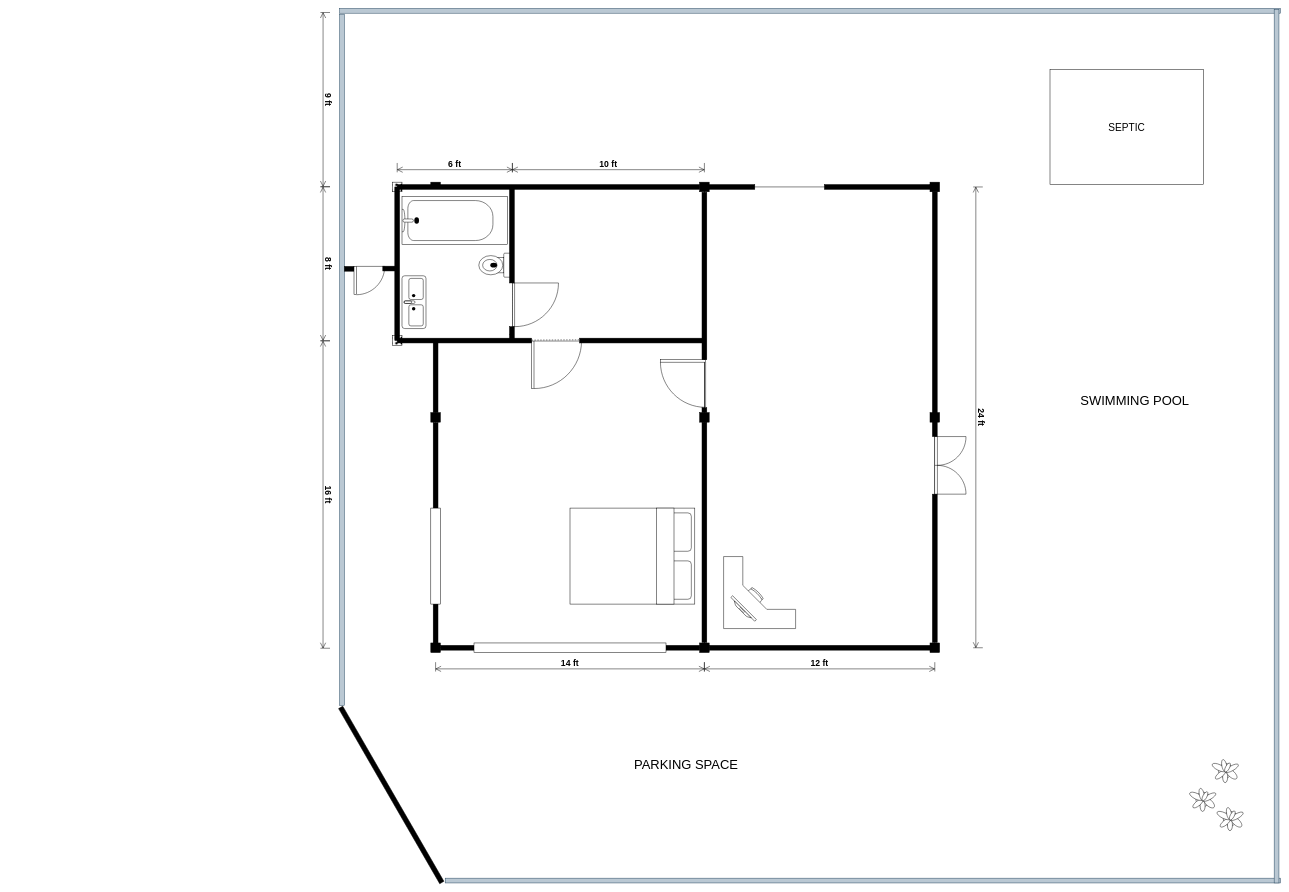
Above: kmcc/House.drawio in genmancoder/systems-diagrams (draw.io), before the change. Source tidied: cells renumbered, new cells numbered last; positions are measured from the earlier drawing's top-left corner, leaving out a move shared by most shapes. Both pictures are drawn from the tidied source at 48%, with x=0, y=0 at pixel (171, 8).
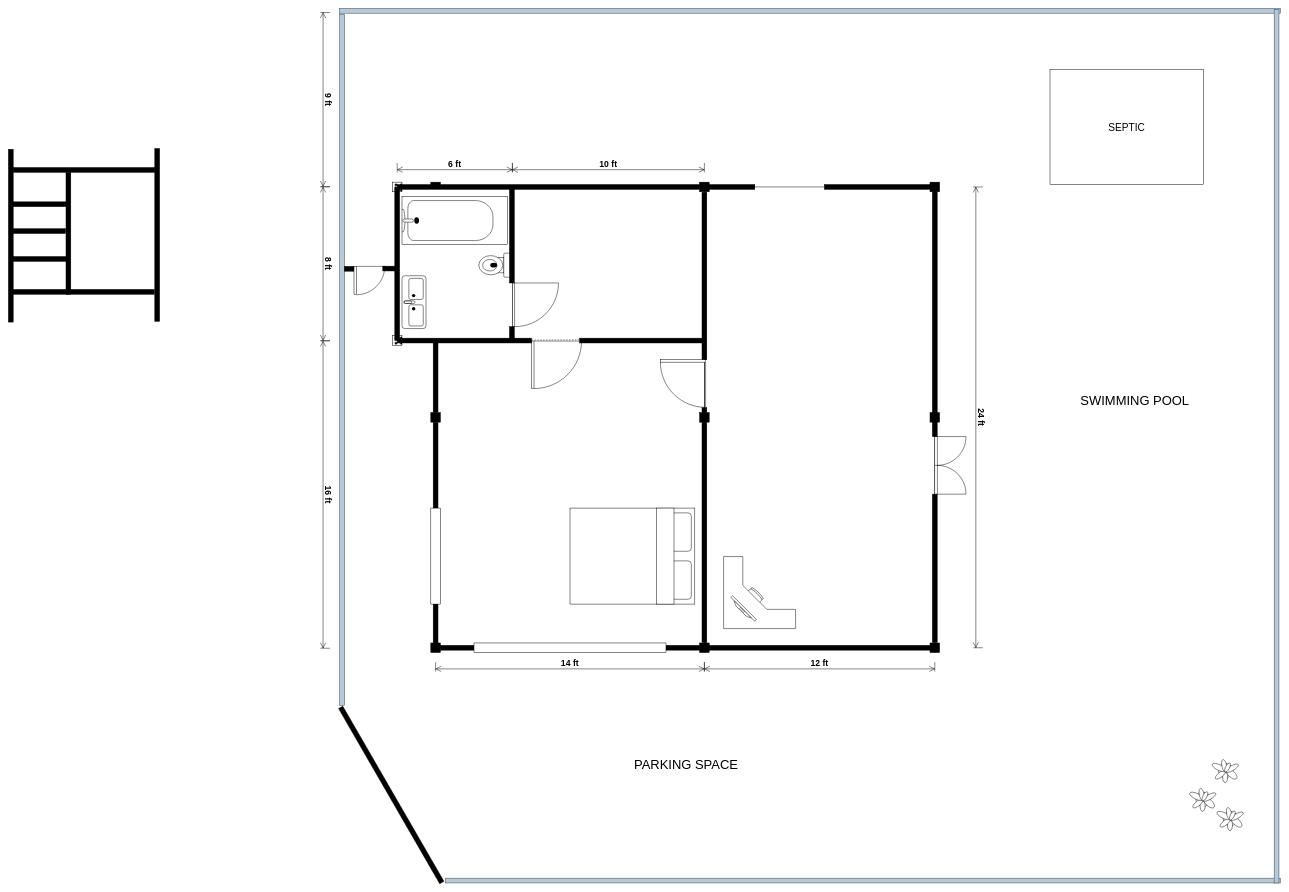
The same page after the edit.

The edit, as a diff of the source:
```diff
@@
+    <mxCell id="75" style="verticalLabelPosition=bottom;html=1;verticalAlign=top;align=center;shape=mxgraph.floorplan.wall;fillColor=strokeColor;direction=south;" parent="1" vertex="1">
+      <mxGeometry x="-35" y="292" width="10" height="360" as="geometry" />
+    </mxCell>
+    <mxCell id="76" style="verticalLabelPosition=bottom;html=1;verticalAlign=top;align=center;shape=mxgraph.floorplan.wall;fillColor=strokeColor;direction=south;" parent="1" vertex="1">
+      <mxGeometry x="-340" y="293.5" width="10" height="360" as="geometry" />
+    </mxCell>
+    <mxCell id="77" style="verticalLabelPosition=bottom;html=1;verticalAlign=top;align=center;shape=mxgraph.floorplan.wall;fillColor=strokeColor;direction=west;" parent="1" vertex="1">
+      <mxGeometry x="-330" y="331.5" width="295" height="10" as="geometry" />
+    </mxCell>
+    <mxCell id="78" style="verticalLabelPosition=bottom;html=1;verticalAlign=top;align=center;shape=mxgraph.floorplan.wall;fillColor=strokeColor;direction=west;" parent="1" vertex="1">
+      <mxGeometry x="-331" y="585.5" width="295" height="10" as="geometry" />
+    </mxCell>
+    <mxCell id="79" style="verticalLabelPosition=bottom;html=1;verticalAlign=top;align=center;shape=mxgraph.floorplan.wall;fillColor=strokeColor;direction=north;" parent="1" vertex="1">
+      <mxGeometry x="-220" y="342" width="10" height="253.5" as="geometry" />
+    </mxCell>
+    <mxCell id="80" style="verticalLabelPosition=bottom;html=1;verticalAlign=top;align=center;shape=mxgraph.floorplan.wall;fillColor=strokeColor;direction=east;" parent="1" vertex="1">
+      <mxGeometry x="-331.7" y="403" width="111.7" height="10" as="geometry" />
+    </mxCell>
+    <mxCell id="81" style="verticalLabelPosition=bottom;html=1;verticalAlign=top;align=center;shape=mxgraph.floorplan.wall;fillColor=strokeColor;direction=east;" parent="1" vertex="1">
+      <mxGeometry x="-332.7" y="459" width="111.7" height="10" as="geometry" />
+    </mxCell>
+    <mxCell id="82" style="verticalLabelPosition=bottom;html=1;verticalAlign=top;align=center;shape=mxgraph.floorplan.wall;fillColor=strokeColor;direction=east;" parent="1" vertex="1">
+      <mxGeometry x="-330.7" y="517" width="111.7" height="10" as="geometry" />
+    </mxCell>
```
